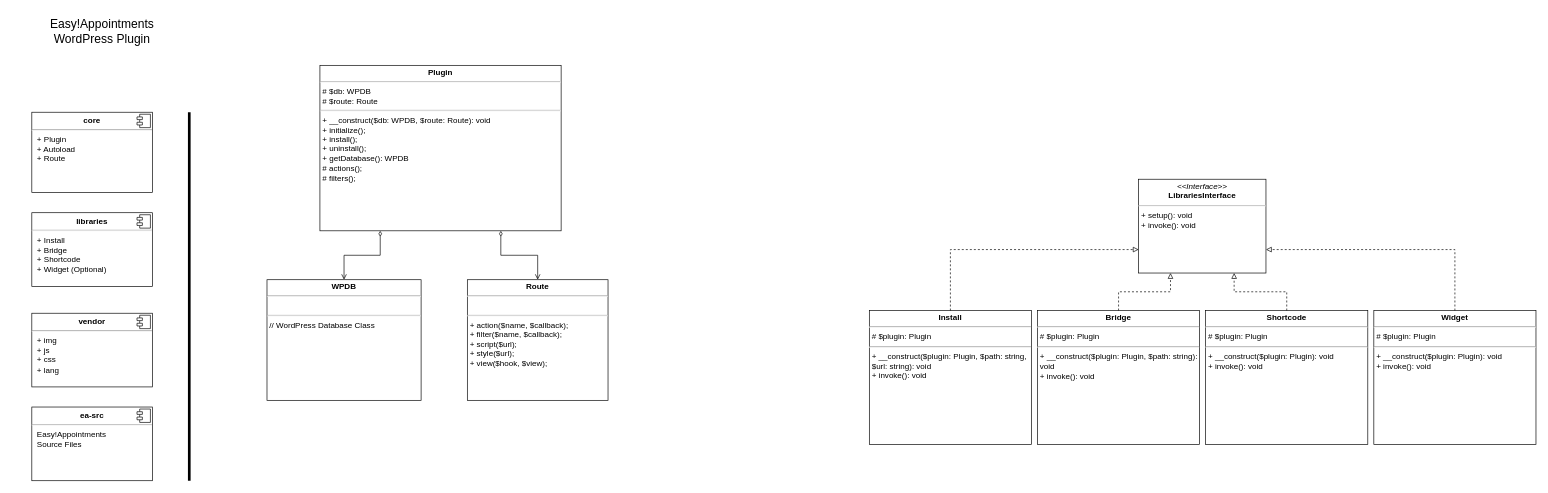
This is doc/class-diagram.drawio.xml from alextselegidis/easyappointments-wordpress, a draw.io file, before an edit. Source tidied: cells renumbered, new cells numbered last; positions are measured from the earlier drawing's top-left corner, leaving out a move shared by most shapes. Both pictures are drawn from the tidied source at 67%, with x=0, y=0 at pixel (11, 11).
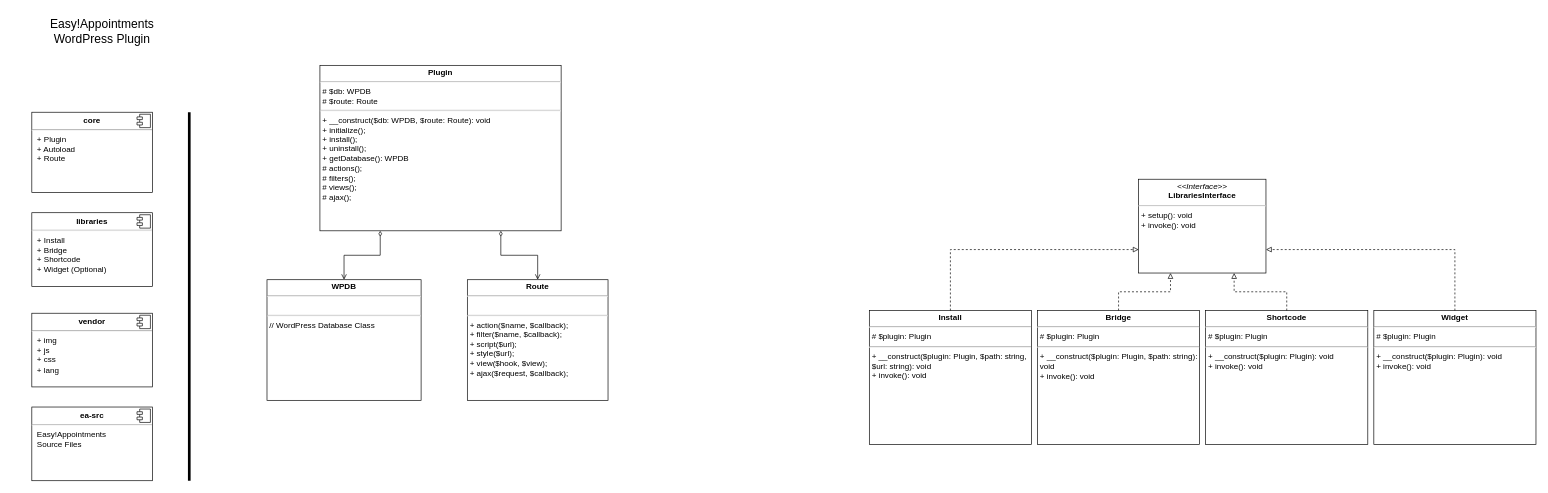
Above is the later version.

Commit message:
Updated class diagram with extra functions.

Diff of the diagram source:
```diff
@@
-    <mxCell id="3" value="&lt;p style=&quot;margin: 0px ; margin-top: 4px ; text-align: center&quot;&gt;&lt;b&gt;Plugin&lt;/b&gt;&lt;/p&gt;&lt;hr&gt;&lt;p style=&quot;margin: 0px ; margin-left: 4px&quot;&gt;# $db: WPDB&lt;/p&gt;&lt;p style=&quot;margin: 0px ; margin-left: 4px&quot;&gt;# $route: Route&lt;/p&gt;&lt;hr&gt;&lt;p style=&quot;margin: 0px ; margin-left: 4px&quot;&gt;+ __construct($db: WPDB, $route: Route): void&lt;/p&gt;&lt;p style=&quot;margin: 0px ; margin-left: 4px&quot;&gt;+ initialize();&lt;/p&gt;&lt;p style=&quot;margin: 0px ; margin-left: 4px&quot;&gt;+ install();&lt;/p&gt;&lt;p style=&quot;margin: 0px ; margin-left: 4px&quot;&gt;+ uninstall();&lt;/p&gt;&lt;p style=&quot;margin: 0px ; margin-left: 4px&quot;&gt;+ getDatabase(): WPDB&lt;/p&gt;&lt;p style=&quot;margin: 0px ; margin-left: 4px&quot;&gt;# actions();&lt;/p&gt;&lt;p style=&quot;margin: 0px ; margin-left: 4px&quot;&gt;# filters();&lt;/p&gt;" style="verticalAlign=top;align=left;overflow=fill;fontSize=12;fontFamily=Helvetica;html=1;whiteSpace=wrap;" parent="1" vertex="1">
+    <mxCell id="3" value="&lt;p style=&quot;margin: 0px ; margin-top: 4px ; text-align: center&quot;&gt;&lt;b&gt;Plugin&lt;/b&gt;&lt;/p&gt;&lt;hr&gt;&lt;p style=&quot;margin: 0px ; margin-left: 4px&quot;&gt;# $db: WPDB&lt;/p&gt;&lt;p style=&quot;margin: 0px ; margin-left: 4px&quot;&gt;# $route: Route&lt;/p&gt;&lt;hr&gt;&lt;p style=&quot;margin: 0px ; margin-left: 4px&quot;&gt;+ __construct($db: WPDB, $route: Route): void&lt;/p&gt;&lt;p style=&quot;margin: 0px ; margin-left: 4px&quot;&gt;+ initialize();&lt;/p&gt;&lt;p style=&quot;margin: 0px ; margin-left: 4px&quot;&gt;+ install();&lt;/p&gt;&lt;p style=&quot;margin: 0px ; margin-left: 4px&quot;&gt;+ uninstall();&lt;/p&gt;&lt;p style=&quot;margin: 0px ; margin-left: 4px&quot;&gt;+ getDatabase(): WPDB&lt;/p&gt;&lt;p style=&quot;margin: 0px ; margin-left: 4px&quot;&gt;# actions();&lt;/p&gt;&lt;p style=&quot;margin: 0px ; margin-left: 4px&quot;&gt;# filters();&lt;/p&gt;&lt;p style=&quot;margin: 0px ; margin-left: 4px&quot;&gt;# views();&amp;nbsp;&lt;/p&gt;&lt;p style=&quot;margin: 0px ; margin-left: 4px&quot;&gt;# ajax();&lt;/p&gt;" style="verticalAlign=top;align=left;overflow=fill;fontSize=12;fontFamily=Helvetica;html=1;whiteSpace=wrap;" parent="1" vertex="1">
       <mxGeometry x="460" y="80" width="360" height="247" as="geometry" />
     </mxCell>
@@
-    <mxCell id="24" value="&lt;p style=&quot;margin: 0px ; margin-top: 4px ; text-align: center&quot;&gt;&lt;b&gt;Route&lt;/b&gt;&lt;/p&gt;&lt;hr&gt;&lt;p style=&quot;margin: 0px ; margin-left: 4px&quot;&gt;&lt;br&gt;&lt;/p&gt;&lt;hr&gt;&lt;p style=&quot;margin: 0px ; margin-left: 4px&quot;&gt;+ action($name, $callback);&lt;/p&gt;&lt;p style=&quot;margin: 0px ; margin-left: 4px&quot;&gt;+ filter($name, $callback);&lt;/p&gt;&lt;p style=&quot;margin: 0px ; margin-left: 4px&quot;&gt;+ script($url);&amp;nbsp;&lt;/p&gt;&lt;p style=&quot;margin: 0px ; margin-left: 4px&quot;&gt;+ style($url);&lt;/p&gt;&lt;p style=&quot;margin: 0px ; margin-left: 4px&quot;&gt;+ view($hook, $view);&lt;/p&gt;&lt;p style=&quot;margin: 0px ; margin-left: 4px&quot;&gt;&lt;br&gt;&lt;/p&gt;" style="verticalAlign=top;align=left;overflow=fill;fontSize=12;fontFamily=Helvetica;html=1;whiteSpace=wrap;" parent="1" vertex="1">
+    <mxCell id="24" value="&lt;p style=&quot;margin: 0px ; margin-top: 4px ; text-align: center&quot;&gt;&lt;b&gt;Route&lt;/b&gt;&lt;/p&gt;&lt;hr&gt;&lt;p style=&quot;margin: 0px ; margin-left: 4px&quot;&gt;&lt;br&gt;&lt;/p&gt;&lt;hr&gt;&lt;p style=&quot;margin: 0px ; margin-left: 4px&quot;&gt;+ action($name, $callback);&lt;/p&gt;&lt;p style=&quot;margin: 0px ; margin-left: 4px&quot;&gt;+ filter($name, $callback);&lt;/p&gt;&lt;p style=&quot;margin: 0px ; margin-left: 4px&quot;&gt;+ script($url);&amp;nbsp;&lt;/p&gt;&lt;p style=&quot;margin: 0px ; margin-left: 4px&quot;&gt;+ style($url);&lt;/p&gt;&lt;p style=&quot;margin: 0px ; margin-left: 4px&quot;&gt;+ view($hook, $view);&lt;/p&gt;&lt;p style=&quot;margin: 0px ; margin-left: 4px&quot;&gt;+ ajax($request, $callback);&lt;/p&gt;&lt;p style=&quot;margin: 0px ; margin-left: 4px&quot;&gt;&lt;br&gt;&lt;/p&gt;" style="verticalAlign=top;align=left;overflow=fill;fontSize=12;fontFamily=Helvetica;html=1;whiteSpace=wrap;" parent="1" vertex="1">
       <mxGeometry x="680" y="400" width="210" height="180" as="geometry" />
     </mxCell>
```
